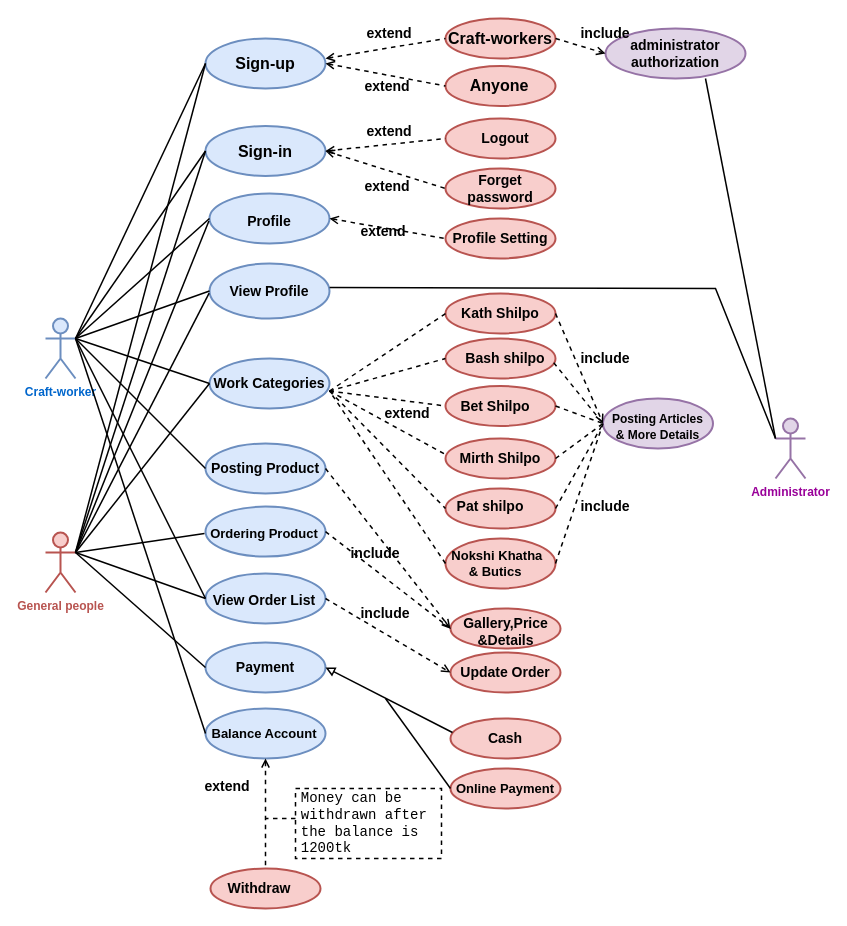
The draw.io diagram se231use.drawio in Fatema-A-Ferdaus/se231, before the edit. Source tidied: cells renumbered, new cells numbered last; positions are measured from the earlier drawing's top-left corner, leaving out a move shared by most shapes. Both pictures are drawn from the tidied source at 100%, with x=0, y=0 at pixel (45, 18).
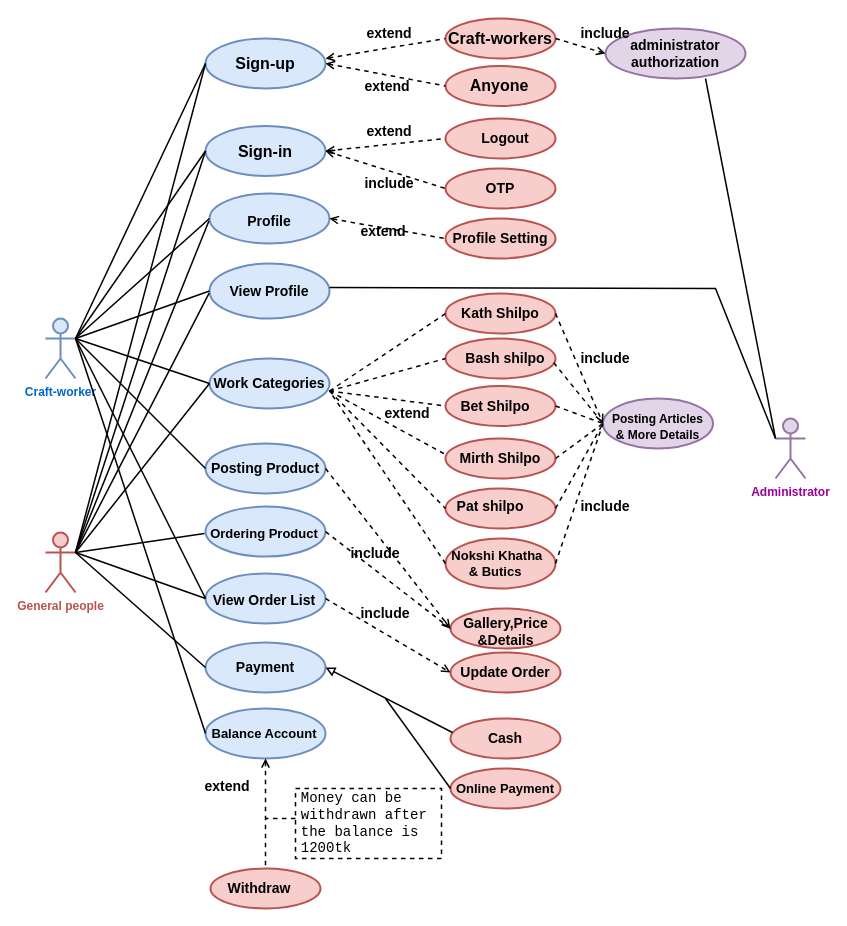
The same page after the edit.

Diff of the diagram source:
```diff
@@
-    <mxCell id="28" value="&lt;b&gt;Forget password&lt;/b&gt;" style="text;html=1;strokeColor=none;fillColor=none;align=center;verticalAlign=middle;whiteSpace=wrap;rounded=0;fontSize=14;fontColor=#000000;" parent="1" vertex="1">
+    <mxCell id="28" value="&lt;b&gt;&lt;span class=&quot;ILfuVd&quot;&gt;&lt;span class=&quot;hgKElc&quot;&gt;OTP&lt;/span&gt;&lt;/span&gt;&lt;/b&gt;" style="text;html=1;strokeColor=none;fillColor=none;align=center;verticalAlign=middle;whiteSpace=wrap;rounded=0;fontSize=14;fontColor=#000000;" parent="1" vertex="1">
       <mxGeometry x="425" y="155" width="60" height="30" as="geometry" />
     </mxCell>
@@
-    <mxCell id="114" value="&lt;font size=&quot;1&quot;&gt;&lt;b style=&quot;font-size: 14px&quot;&gt;extend&lt;/b&gt;&lt;/font&gt;" style="text;html=1;align=center;verticalAlign=middle;whiteSpace=wrap;rounded=0;" parent="1" vertex="1">
-      <mxGeometry x="310" y="155" width="64" height="25" as="geometry" />
-    </mxCell>
@@
+    <mxCell id="117" value="&lt;b&gt;include&lt;/b&gt;" style="text;html=1;strokeColor=none;fillColor=none;align=center;verticalAlign=middle;whiteSpace=wrap;rounded=0;fontSize=14;fontColor=#000000;" parent="1" vertex="1">
+      <mxGeometry x="314" y="150" width="60" height="30" as="geometry" />
+    </mxCell>
```
